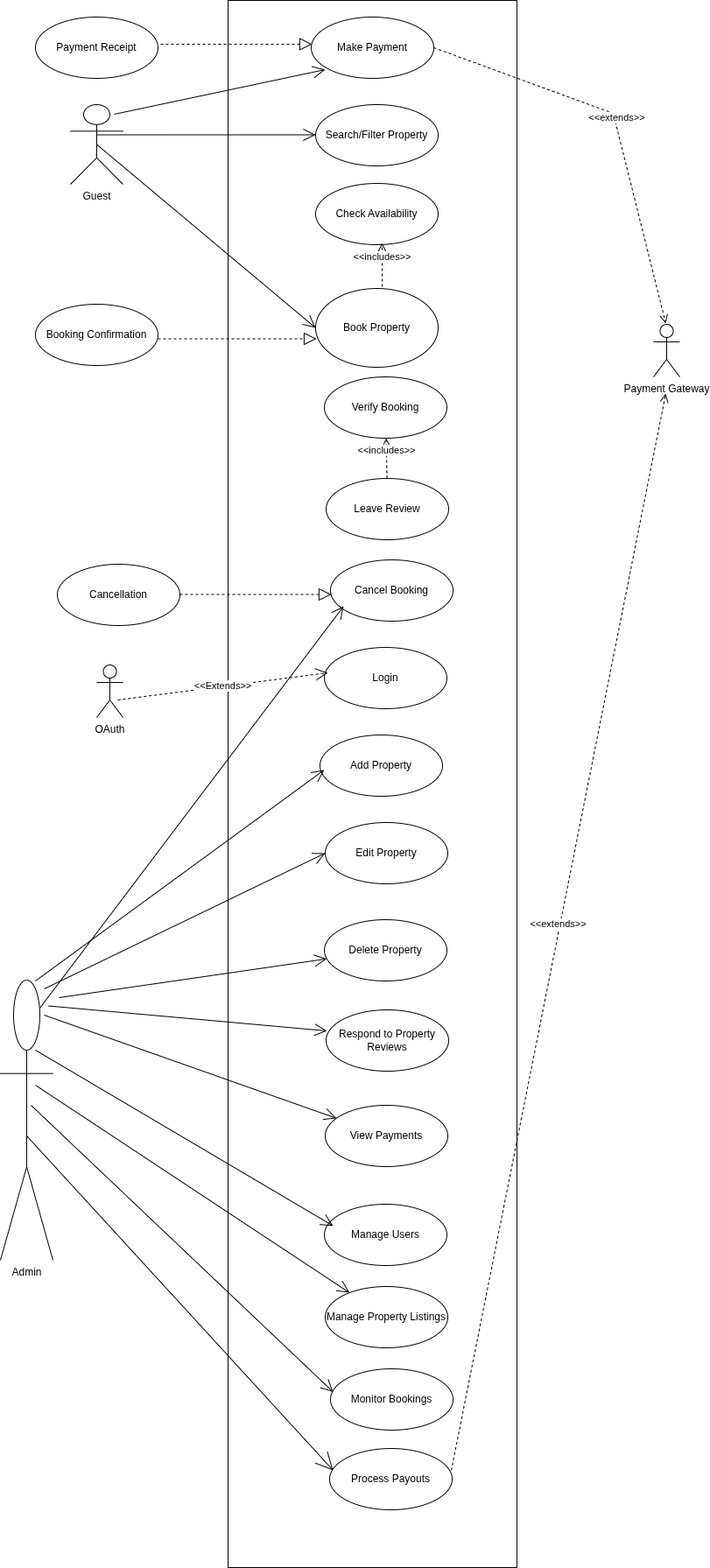
Above: use-case-diagram/airbnb-clone-usecase-diagram.drawio.png in elainees-devs/alx-airbnb-project-documentation (draw.io), before the change. Source tidied: cells renumbered, new cells last; positions are measured from the earlier drawing's top-left corner, leaving out a move shared by most shapes.
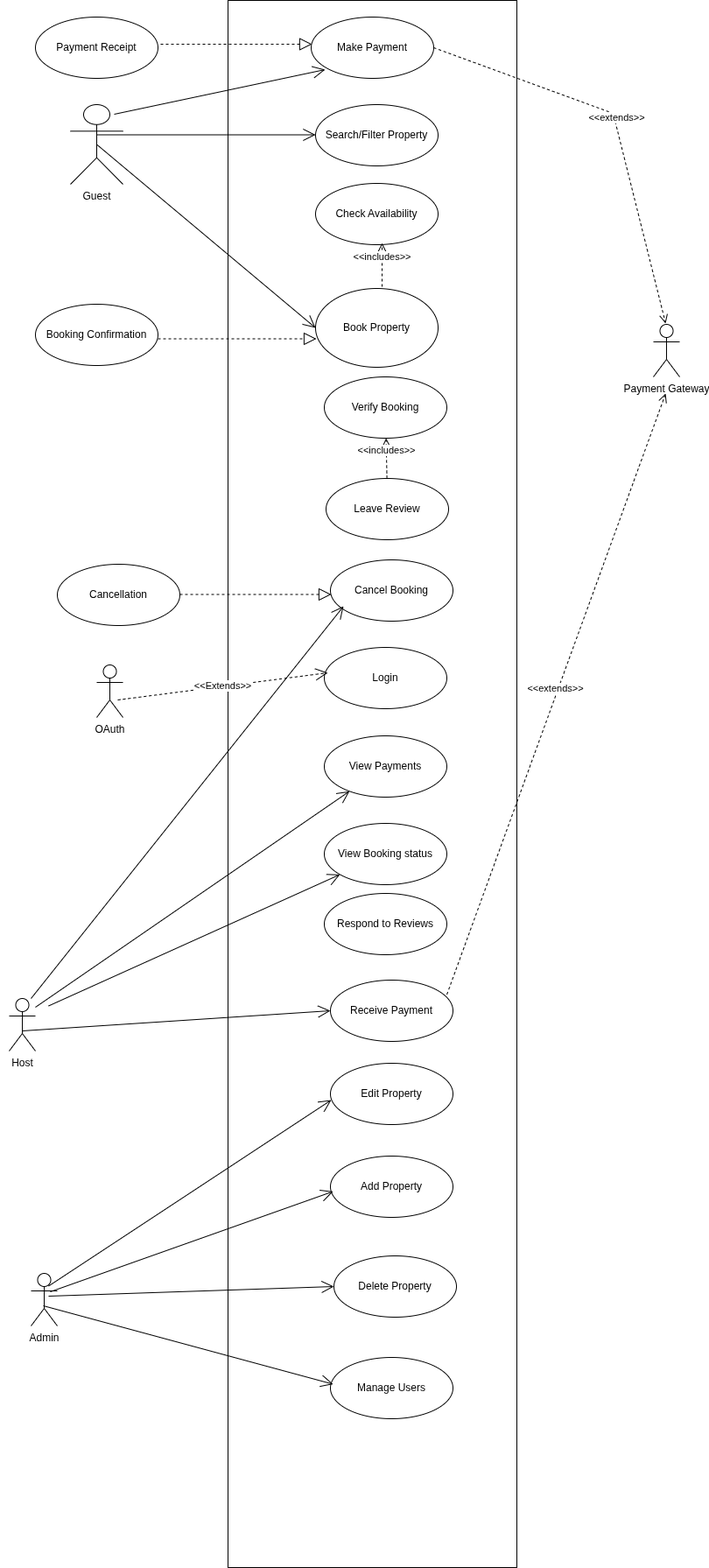
Later version of the same file.

Commit message:
refactor: Update usecase diagram

What changed in the source:
```diff
@@ -36,38 +36,23 @@
       <mxGeometry relative="1" as="geometry" />
     </mxCell>
     <mxCell id="13" value="Add Property" style="ellipse;whiteSpace=wrap;html=1;" parent="2" vertex="1">
-      <mxGeometry x="365" y="839" width="140" height="70" as="geometry" />
+      <mxGeometry x="377" y="1320" width="140" height="70" as="geometry" />
     </mxCell>
     <mxCell id="14" value="Cancel Booking" style="ellipse;whiteSpace=wrap;html=1;" parent="2" vertex="1">
       <mxGeometry x="377" y="639" width="140" height="70" as="geometry" />
     </mxCell>
     <mxCell id="15" value="Edit Property" style="ellipse;whiteSpace=wrap;html=1;" parent="2" vertex="1">
-      <mxGeometry x="371" y="939" width="140" height="70" as="geometry" />
+      <mxGeometry x="377" y="1214" width="140" height="70" as="geometry" />
     </mxCell>
     <mxCell id="16" value="Delete Property" style="ellipse;whiteSpace=wrap;html=1;" parent="2" vertex="1">
-      <mxGeometry x="370" y="1050" width="140" height="70" as="geometry" />
+      <mxGeometry x="381" y="1434" width="140" height="70" as="geometry" />
     </mxCell>
-    <mxCell id="17" value="Respond to Property Reviews" style="ellipse;whiteSpace=wrap;html=1;" parent="2" vertex="1">
-      <mxGeometry x="372" y="1153" width="140" height="70" as="geometry" />
-    </mxCell>
     <mxCell id="18" value="Manage Users" style="ellipse;whiteSpace=wrap;html=1;" parent="2" vertex="1">
-      <mxGeometry x="370" y="1375" width="140" height="70" as="geometry" />
+      <mxGeometry x="377" y="1550" width="140" height="70" as="geometry" />
     </mxCell>
-    <mxCell id="19" value="Monitor Bookings" style="ellipse;whiteSpace=wrap;html=1;" parent="2" vertex="1">
-      <mxGeometry x="377" y="1563" width="140" height="70" as="geometry" />
-    </mxCell>
     <mxCell id="20" value="View Payments" style="ellipse;whiteSpace=wrap;html=1;" parent="2" vertex="1">
-      <mxGeometry x="371" y="1262" width="140" height="70" as="geometry" />
+      <mxGeometry x="370" y="840" width="140" height="70" as="geometry" />
     </mxCell>
-    <mxCell id="21" value="Manage Property Listings" style="ellipse;whiteSpace=wrap;html=1;" parent="2" vertex="1">
-      <mxGeometry x="371" y="1469" width="140" height="70" as="geometry" />
-    </mxCell>
-    <mxCell id="22" value="Process Payouts" style="ellipse;whiteSpace=wrap;html=1;" parent="2" vertex="1">
-      <mxGeometry x="376" y="1654" width="140" height="70" as="geometry" />
-    </mxCell>
-    <mxCell id="23" value="Admin" style="shape=umlActor;verticalLabelPosition=bottom;verticalAlign=top;html=1;" parent="2" vertex="1">
-      <mxGeometry y="1119" width="60" height="320" as="geometry" />
-    </mxCell>
     <mxCell id="24" value="Payment Gateway" style="shape=umlActor;verticalLabelPosition=bottom;verticalAlign=top;html=1;" parent="2" vertex="1">
       <mxGeometry x="746" y="370" width="30" height="60" as="geometry" />
     </mxCell>
@@ -88,9 +73,8 @@
     <mxCell id="27" value="Make Payment" style="ellipse;whiteSpace=wrap;html=1;" parent="2" vertex="1">
       <mxGeometry x="355" y="19" width="140" height="70" as="geometry" />
     </mxCell>
-    <mxCell id="28" value="&amp;lt;&amp;lt;extends&amp;gt;&amp;gt;" style="html=1;verticalAlign=bottom;endArrow=open;dashed=1;endSize=8;curved=0;rounded=0;" parent="2" edge="1">
+    <mxCell id="28" value="&amp;lt;&amp;lt;extends&amp;gt;&amp;gt;" style="html=1;verticalAlign=bottom;endArrow=open;dashed=1;endSize=8;curved=0;rounded=0;exitX=0.936;exitY=0.314;exitDx=0;exitDy=0;exitPerimeter=0;" parent="2" edge="1" source="50">
       <mxGeometry relative="1" as="geometry">
-        <mxPoint x="515" y="1679" as="sourcePoint" />
         <mxPoint x="760" y="449" as="targetPoint" />
       </mxGeometry>
     </mxCell>
@@ -135,56 +119,59 @@
         <mxPoint x="378" y="678.5" as="targetPoint" />
       </mxGeometry>
     </mxCell>
-    <mxCell id="38" style="endArrow=open;endFill=1;endSize=12;html=1;rounded=0;exitX=0.75;exitY=0.1;exitDx=0;exitDy=0;exitPerimeter=0;entryX=0.107;entryY=0.757;entryDx=0;entryDy=0;entryPerimeter=0;" parent="2" edge="1" source="23" target="14">
-      <mxGeometry relative="1" as="geometry" />
+    <mxCell id="38" style="endArrow=open;endFill=1;endSize=12;html=1;rounded=0;entryX=0.107;entryY=0.757;entryDx=0;entryDy=0;entryPerimeter=0;" parent="2" edge="1" target="14">
+      <mxGeometry relative="1" as="geometry">
+        <mxPoint x="35" y="1140" as="sourcePoint" />
+      </mxGeometry>
     </mxCell>
     <mxCell id="39" value="&amp;lt;&amp;lt;Extends&amp;gt;&amp;gt;" style="endArrow=open;endSize=12;dashed=1;html=1;rounded=0;entryX=0.029;entryY=0.414;entryDx=0;entryDy=0;entryPerimeter=0;" parent="2" edge="1" target="5">
       <mxGeometry relative="1" as="geometry">
         <mxPoint x="134" y="799" as="sourcePoint" />
       </mxGeometry>
     </mxCell>
-    <mxCell id="40" style="endArrow=open;endFill=1;endSize=12;html=1;rounded=0;entryX=0;entryY=0.5;entryDx=0;entryDy=0;" parent="2" edge="1" target="15">
-      <mxGeometry relative="1" as="geometry">
-        <mxPoint x="50" y="1129" as="sourcePoint" />
-      </mxGeometry>
-    </mxCell>
-    <mxCell id="41" style="endArrow=open;endFill=1;endSize=12;html=1;rounded=0;entryX=0.333;entryY=0.491;entryDx=0;entryDy=0;entryPerimeter=0;" parent="2" edge="1" target="3">
-      <mxGeometry relative="1" as="geometry">
-        <mxPoint x="40" y="1120" as="sourcePoint" />
-      </mxGeometry>
-    </mxCell>
     <mxCell id="42" style="endArrow=open;endFill=1;endSize=12;html=1;rounded=0;" parent="2" edge="1" target="20">
       <mxGeometry relative="1" as="geometry">
-        <mxPoint x="50" y="1159" as="sourcePoint" />
+        <mxPoint x="40" y="1150" as="sourcePoint" />
       </mxGeometry>
     </mxCell>
-    <mxCell id="43" style="endArrow=open;endFill=1;endSize=12;html=1;rounded=0;" parent="2" edge="1" target="16">
-      <mxGeometry relative="1" as="geometry">
-        <mxPoint x="67" y="1139" as="sourcePoint" />
-      </mxGeometry>
-    </mxCell>
-    <mxCell id="44" style="endArrow=open;endFill=1;endSize=12;html=1;rounded=0;entryX=0.007;entryY=0.343;entryDx=0;entryDy=0;entryPerimeter=0;" parent="2" edge="1" target="17">
+    <mxCell id="44" style="endArrow=open;endFill=1;endSize=12;html=1;rounded=0;" parent="2" edge="1" target="49">
       <mxGeometry relative="1" as="geometry">
         <mxPoint x="55" y="1148.5" as="sourcePoint" />
       </mxGeometry>
     </mxCell>
-    <mxCell id="45" style="endArrow=open;endFill=1;endSize=12;html=1;rounded=0;" parent="2" edge="1" target="21">
-      <mxGeometry relative="1" as="geometry">
-        <mxPoint x="40" y="1239" as="sourcePoint" />
-      </mxGeometry>
+    <mxCell id="45" style="endArrow=open;endFill=1;endSize=12;html=1;rounded=0;exitX=0.5;exitY=0.617;exitDx=0;exitDy=0;exitPerimeter=0;entryX=0;entryY=0.5;entryDx=0;entryDy=0;" parent="2" edge="1" source="52" target="50">
+      <mxGeometry relative="1" as="geometry" />
     </mxCell>
-    <mxCell id="46" style="endArrow=open;endFill=1;endSize=12;html=1;rounded=0;entryX=0.364;entryY=0.782;entryDx=0;entryDy=0;entryPerimeter=0;" parent="2" edge="1" target="3">
-      <mxGeometry relative="1" as="geometry">
-        <mxPoint x="40" y="1199" as="sourcePoint" />
-      </mxGeometry>
-    </mxCell>
-    <mxCell id="47" style="endArrow=open;endFill=1;endSize=12;html=1;rounded=0;entryX=0.364;entryY=0.888;entryDx=0;entryDy=0;entryPerimeter=0;" parent="2" edge="1" target="3">
-      <mxGeometry relative="1" as="geometry">
-        <mxPoint x="35" y="1262" as="sourcePoint" />
-      </mxGeometry>
-    </mxCell>
-    <mxCell id="48" style="endArrow=open;endFill=1;endSize=18;html=1;rounded=0;entryX=0.029;entryY=0.357;entryDx=0;entryDy=0;entryPerimeter=0;startSize=60;exitX=0.5;exitY=0.556;exitDx=0;exitDy=0;exitPerimeter=0;" parent="2" edge="1" source="23" target="22">
-      <mxGeometry relative="1" as="geometry" />
-    </mxCell>
+    <mxCell id="49" value="View Booking status" style="ellipse;whiteSpace=wrap;html=1;" parent="2" vertex="1">
+      <mxGeometry x="370" y="940" width="140" height="70" as="geometry" />
+    </mxCell>
+    <mxCell id="50" value="Receive Payment" style="ellipse;whiteSpace=wrap;html=1;" parent="2" vertex="1">
+      <mxGeometry x="377" y="1119" width="140" height="70" as="geometry" />
+    </mxCell>
+    <mxCell id="51" value="Respond to Reviews" style="ellipse;whiteSpace=wrap;html=1;" parent="2" vertex="1">
+      <mxGeometry x="370" y="1020" width="140" height="70" as="geometry" />
+    </mxCell>
+    <mxCell id="52" value="Host" style="shape=umlActor;verticalLabelPosition=bottom;verticalAlign=top;html=1;" parent="2" vertex="1">
+      <mxGeometry x="10" y="1140" width="30" height="60" as="geometry" />
+    </mxCell>
+    <mxCell id="23" value="Admin" style="shape=umlActor;verticalLabelPosition=bottom;verticalAlign=top;html=1;" parent="2" vertex="1">
+      <mxGeometry x="35" y="1454" width="30" height="60" as="geometry" />
+    </mxCell>
+    <mxCell id="53" style="endArrow=open;endFill=1;endSize=12;html=1;rounded=0;entryX=0.007;entryY=0.6;entryDx=0;entryDy=0;entryPerimeter=0;" parent="2" edge="1" target="15">
+      <mxGeometry relative="1" as="geometry">
+        <mxPoint x="55" y="1468.5" as="sourcePoint" />
+      </mxGeometry>
+    </mxCell>
+    <mxCell id="54" style="endArrow=open;endFill=1;endSize=12;html=1;rounded=0;entryX=0;entryY=0.5;entryDx=0;entryDy=0;" parent="2" edge="1" target="16">
+      <mxGeometry relative="1" as="geometry">
+        <mxPoint x="55" y="1480" as="sourcePoint" />
+      </mxGeometry>
+    </mxCell>
+    <mxCell id="55" style="endArrow=open;endFill=1;endSize=12;html=1;rounded=0;entryX=0.364;entryY=0.883;entryDx=0;entryDy=0;entryPerimeter=0;exitX=0.467;exitY=0.617;exitDx=0;exitDy=0;exitPerimeter=0;" parent="2" edge="1" source="23" target="3">
+      <mxGeometry relative="1" as="geometry" />
+    </mxCell>
+    <mxCell id="56" style="endArrow=open;endFill=1;endSize=12;html=1;rounded=0;exitX=0.733;exitY=0.35;exitDx=0;exitDy=0;exitPerimeter=0;entryX=0.364;entryY=0.76;entryDx=0;entryDy=0;entryPerimeter=0;" parent="2" edge="1" source="23" target="3">
+      <mxGeometry relative="1" as="geometry" />
+    </mxCell>
   </root>
 </mxGraphModel>
```
